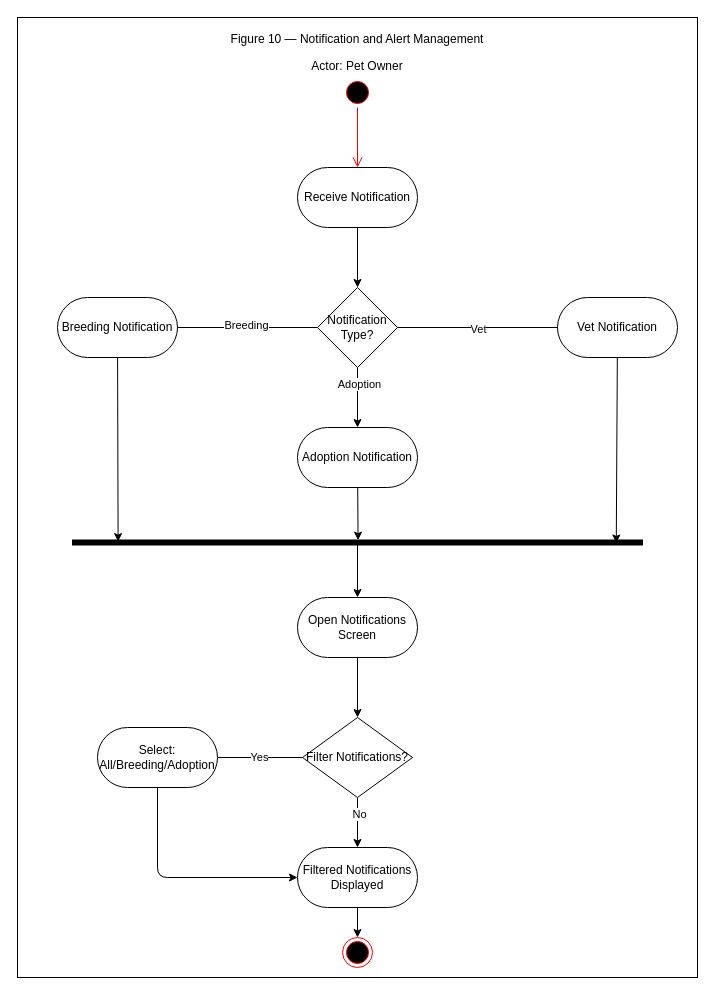
Above: ActivityDiagram_Figure10_USALLA.drawio in Chels013/Breedr-Diagrams (draw.io), before the change. Source tidied: cells renumbered, new cells numbered last; positions are measured from the earlier drawing's top-left corner, leaving out a move shared by most shapes. Both pictures are drawn from the tidied source at 100%, with x=0, y=0 at pixel (17, 17).
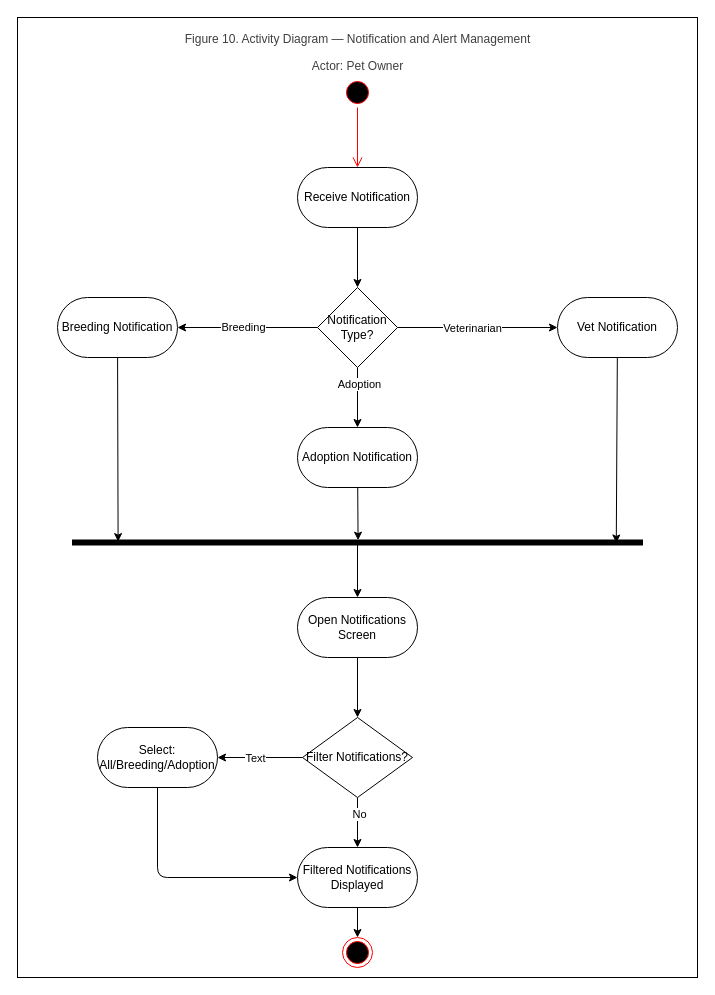
After the change.

The change refers to these unchanged cells:
```xml
<mxCell id="10" value="&lt;p&gt;Notification Type?&lt;/p&gt;" style="rhombus;whiteSpace=wrap;html=1;" parent="1" vertex="1">
  <mxGeometry x="300" y="270" width="80" height="80" as="geometry" />
</mxCell>
<mxCell id="11" value="&lt;p&gt;Vet Notification&lt;/p&gt;" style="rounded=1;whiteSpace=wrap;html=1;arcSize=50;" parent="1" vertex="1">
  <mxGeometry x="540" y="280" width="120" height="60" as="geometry" />
</mxCell>
<mxCell id="12" value="&lt;p&gt;Breeding Notification&lt;/p&gt;" style="rounded=1;whiteSpace=wrap;html=1;arcSize=50;" parent="1" vertex="1">
  <mxGeometry x="40" y="280" width="120" height="60" as="geometry" />
</mxCell>
<mxCell id="23" value="&lt;p&gt;Filter Notifications?&lt;/p&gt;" style="rhombus;whiteSpace=wrap;html=1;" parent="1" vertex="1">
  <mxGeometry x="285" y="700" width="110" height="80" as="geometry" />
</mxCell>
<mxCell id="25" value="&lt;p&gt;Select: All/Breeding/Adoption&lt;/p&gt;" style="rounded=1;whiteSpace=wrap;html=1;arcSize=50;" parent="1" vertex="1">
  <mxGeometry x="80" y="710" width="120" height="60" as="geometry" />
</mxCell>
```

Diff of the diagram source:
```diff
@@
-    <mxCell id="3" value="&lt;p&gt;Figure 10 — Notification and Alert Management&lt;/p&gt;&lt;p&gt;Actor: Pet Owner&lt;/p&gt;" style="text;html=1;align=center;verticalAlign=middle;whiteSpace=wrap;rounded=0;" parent="1" vertex="1">
-      <mxGeometry x="195" y="20" width="290" height="30" as="geometry" />
+    <mxCell id="3" value="&lt;p&gt;&lt;span style=&quot;color: rgb(63, 63, 63); background-color: transparent;&quot;&gt;Figure 10. Activity Diagram — Notification and Alert Management&lt;/span&gt;&lt;/p&gt;&lt;p&gt;&lt;span style=&quot;color: rgb(63, 63, 63); background-color: transparent;&quot;&gt;Actor: Pet Owner&lt;/span&gt;&lt;/p&gt;" style="text;html=1;align=center;verticalAlign=middle;whiteSpace=wrap;rounded=0;" parent="1" vertex="1">
+      <mxGeometry x="137.5" y="20" width="405" height="30" as="geometry" />
     </mxCell>
@@
+    <mxCell id="33" style="edgeStyle=none;html=1;" parent="1" edge="1" source="10" target="11">
+      <mxGeometry relative="1" as="geometry" />
+    </mxCell>
+    <mxCell id="35" value="Veterinarian" style="edgeLabel;html=1;align=center;verticalAlign=middle;" parent="33" vertex="1">
+      <mxGeometry x="-0.07" relative="1" as="geometry" />
+    </mxCell>
+    <mxCell id="36" style="edgeStyle=none;html=1;" parent="1" edge="1" source="10" target="12">
+      <mxGeometry relative="1" as="geometry" />
+    </mxCell>
+    <mxCell id="32" value="Breeding" style="edgeLabel;html=1;align=center;verticalAlign=middle;" parent="36" vertex="1">
+      <mxGeometry x="0.07" y="-1" relative="1" as="geometry" />
+    </mxCell>
@@
+    <mxCell id="37" style="edgeStyle=none;html=1;entryX=1;entryY=0.5;entryDx=0;entryDy=0;" parent="1" edge="1" source="23" target="25">
+      <mxGeometry relative="1" as="geometry" />
+    </mxCell>
+    <mxCell id="38" value="Text" style="edgeLabel;html=1;align=center;verticalAlign=middle;" parent="37" vertex="1">
+      <mxGeometry x="0.13" relative="1" as="geometry" />
+    </mxCell>
@@
-    <mxCell id="29" style="endArrow=none;html=1;exitX=1;exitY=0.5;exitDx=0;exitDy=0;entryX=0;entryY=0.5;entryDx=0;entryDy=0;" parent="1" edge="1" source="25" target="23">
-      <mxGeometry relative="1" as="geometry" />
-    </mxCell>
-    <mxCell id="30" value="Yes" style="edgeLabel;html=1;align=center;verticalAlign=middle;" parent="29" vertex="1">
-      <mxGeometry x="-0.03" y="1" relative="1" as="geometry" />
-    </mxCell>
-    <mxCell id="31" style="endArrow=none;html=1;exitX=1;exitY=0.5;exitDx=0;exitDy=0;entryX=0;entryY=0.5;entryDx=0;entryDy=0;" parent="1" edge="1" source="12" target="10">
-      <mxGeometry relative="1" as="geometry" />
-    </mxCell>
-    <mxCell id="32" value="Breeding" style="edgeLabel;html=1;align=center;verticalAlign=middle;" parent="31" vertex="1">
-      <mxGeometry x="-0.03" y="3" relative="1" as="geometry" />
-    </mxCell>
-    <mxCell id="33" style="endArrow=none;html=1;exitX=1;exitY=0.5;exitDx=0;exitDy=0;entryX=0;entryY=0.5;entryDx=0;entryDy=0;" parent="1" edge="1" source="10" target="11">
-      <mxGeometry relative="1" as="geometry" />
-    </mxCell>
-    <mxCell id="34" value="Vet" style="edgeLabel;html=1;align=center;verticalAlign=middle;" parent="33" vertex="1">
-      <mxGeometry y="-1" relative="1" as="geometry" />
-    </mxCell>
```
